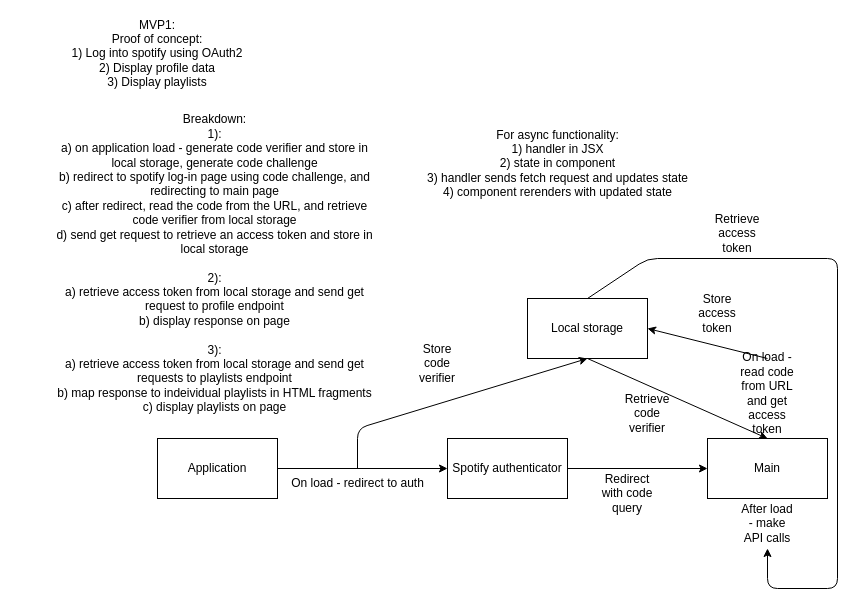
Earlier version of the draw.io diagram plan.drawio (alexcurwood/PlaylistManager). Source tidied: cells renumbered, new cells numbered last; positions are measured from the earlier drawing's top-left corner, leaving out a move shared by most shapes. Both pictures are drawn from the tidied source at 100%, with x=0, y=0 at pixel (17, 38).
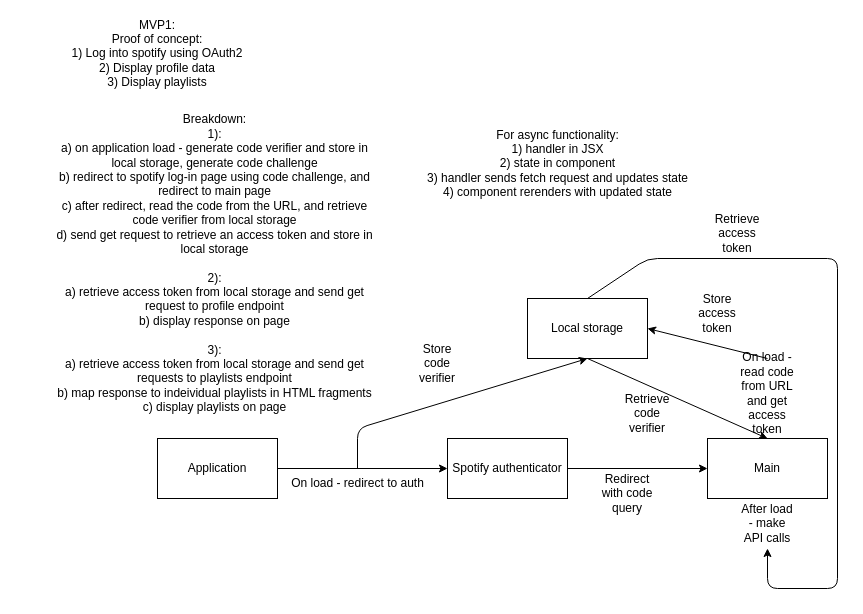
The same page after the edit.

Commit message (it also covers changes not shown here):
display playlist name with button

The edit, as a diff of the source:
```diff
@@
-    <mxCell id="22" value="Breakdown:&lt;br&gt;1):&lt;br&gt;a) on application load - generate code verifier and store in local storage, generate code challenge&lt;br&gt;b) redirect to spotify log-in page using code challenge, and redirecting to main page&lt;br&gt;c) after redirect, read the code from the URL, and retrieve code verifier from local storage&lt;br&gt;d) send get request to retrieve an access token and store in local storage&lt;br&gt;&lt;br&gt;2):&lt;br&gt;a) retrieve access token from local storage and send get request to profile endpoint&lt;br&gt;b) display response on page&lt;br&gt;&lt;br&gt;3):&lt;br&gt;a) retrieve access token from local storage and send get requests to playlists endpoint&lt;br&gt;b) map response to indeividual playlists in HTML fragments&lt;br&gt;c) display playlists on page" style="text;html=1;strokeColor=none;fillColor=none;align=center;verticalAlign=middle;whiteSpace=wrap;rounded=0;" parent="1" vertex="1">
+    <mxCell id="22" value="Breakdown:&lt;br&gt;1):&lt;br&gt;a) on application load - generate code verifier and store in local storage, generate code challenge&lt;br&gt;b) redirect to spotify log-in page using code challenge, and redirect to main page&lt;br&gt;c) after redirect, read the code from the URL, and retrieve code verifier from local storage&lt;br&gt;d) send get request to retrieve an access token and store in local storage&lt;br&gt;&lt;br&gt;2):&lt;br&gt;a) retrieve access token from local storage and send get request to profile endpoint&lt;br&gt;b) display response on page&lt;br&gt;&lt;br&gt;3):&lt;br&gt;a) retrieve access token from local storage and send get requests to playlists endpoint&lt;br&gt;b) map response to indeividual playlists in HTML fragments&lt;br&gt;c) display playlists on page" style="text;html=1;strokeColor=none;fillColor=none;align=center;verticalAlign=middle;whiteSpace=wrap;rounded=0;" parent="1" vertex="1">
       <mxGeometry x="30" y="210" width="335" height="30" as="geometry" />
     </mxCell>
```
